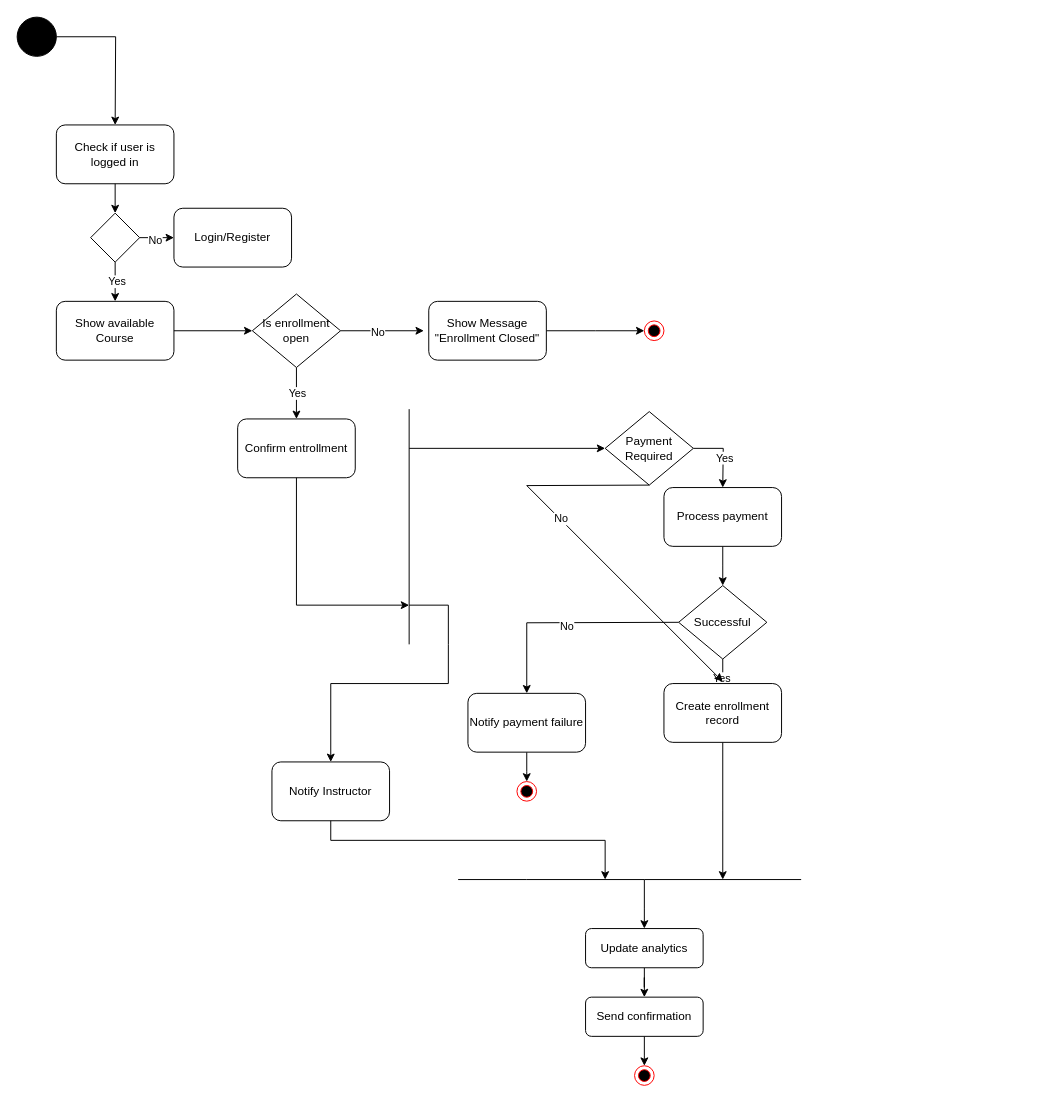
The draw.io diagram lab 6/Source files/Activitydiagram.drawio in Youssufathalla/Programming-2, before the edit. Source tidied: cells renumbered, new cells numbered last; positions are measured from the earlier drawing's top-left corner, leaving out a move shared by most shapes. Both pictures are drawn from the tidied source at 98%, with x=0, y=0 at pixel (17, 17).
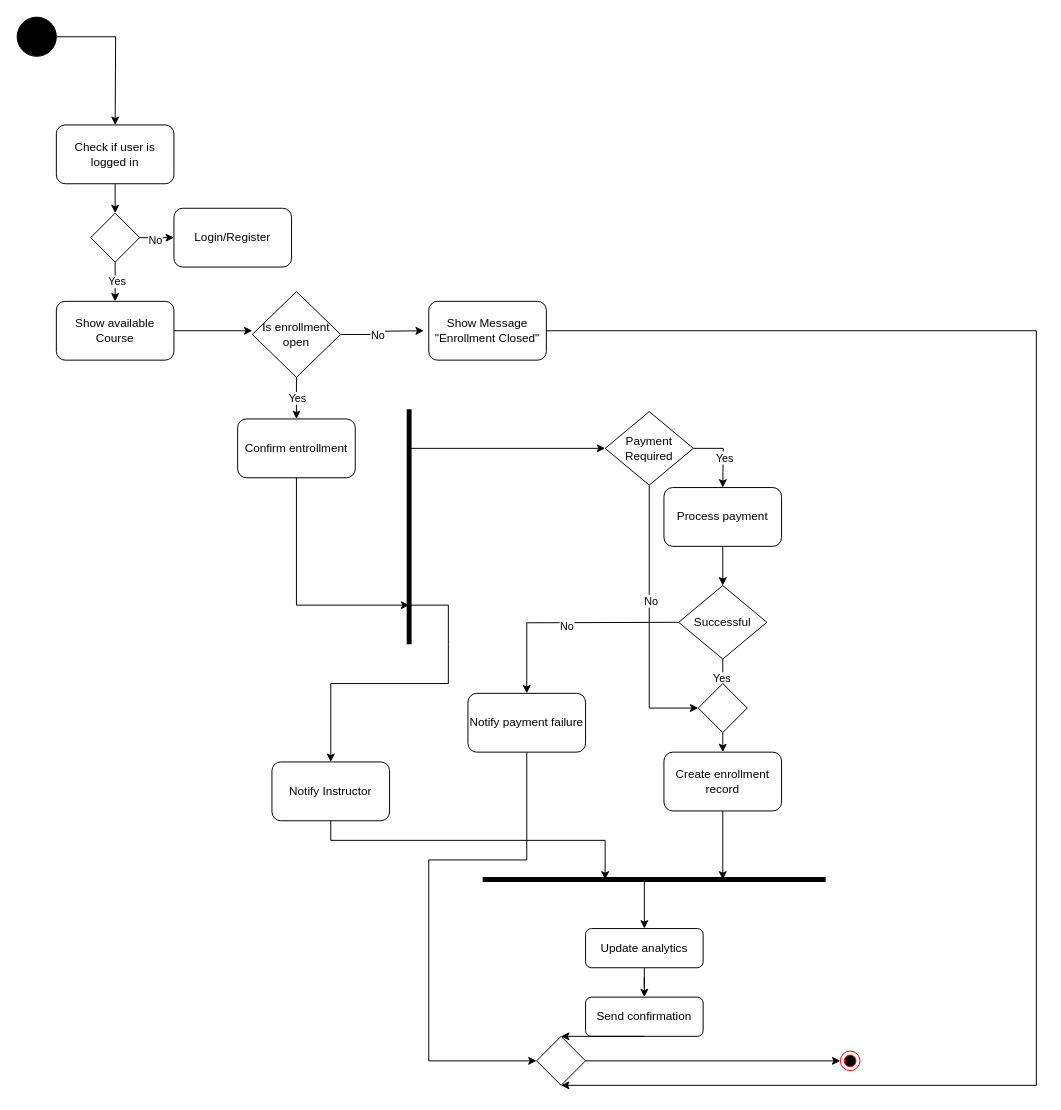
The same page after the edit.

Unchanged cells that the change refers to:
```xml
<mxCell id="21" value="Show Message &quot;Enrollment Closed&quot;" style="rounded=1;whiteSpace=wrap;html=1;" parent="1" vertex="1">
  <mxGeometry x="420" y="290" width="120" height="60" as="geometry" />
</mxCell>
<mxCell id="28" value="Payment Required" style="rhombus;whiteSpace=wrap;html=1;" parent="1" vertex="1">
  <mxGeometry x="600" y="402.5" width="90" height="75" as="geometry" />
</mxCell>
<mxCell id="41" value="Notify&amp;nbsp;payment failure" style="rounded=1;whiteSpace=wrap;html=1;" parent="1" vertex="1">
  <mxGeometry x="460" y="690" width="120" height="60" as="geometry" />
</mxCell>
<mxCell id="51" value="Send confirmation" style="rounded=1;whiteSpace=wrap;html=1;" parent="1" vertex="1">
  <mxGeometry x="580" y="1000" width="120" height="40" as="geometry" />
</mxCell>
```

What changed in the source:
```diff
@@
-    <mxCell id="13" style="ellipse;html=1;shape=endState;fillColor=#000000;strokeColor=#ff0000;" parent="1" vertex="1">
-      <mxGeometry x="640" y="310" width="20" height="20" as="geometry" />
-    </mxCell>
@@
     <mxCell id="19" value="Is enrollment open" style="rhombus;whiteSpace=wrap;html=1;" parent="1" vertex="1">
-      <mxGeometry x="240" y="282.5" width="90" height="75" as="geometry" />
+      <mxGeometry x="240" y="280" width="90" height="87.5" as="geometry" />
     </mxCell>
-    <mxCell id="20" style="edgeStyle=orthogonalEdgeStyle;rounded=0;jettySize=auto;html=1;" parent="1" edge="1" source="21">
-      <mxGeometry relative="1" as="geometry">
-        <mxPoint x="640" y="320" as="targetPoint" />
-      </mxGeometry>
-    </mxCell>
@@
-    <mxCell id="24" style="endArrow=none;html=1;rounded=0;" parent="1" edge="1">
+    <mxCell id="24" style="endArrow=none;html=1;rounded=0;strokeWidth=5;" parent="1" edge="1">
       <mxGeometry relative="1" as="geometry">
         <mxPoint x="400" y="640" as="sourcePoint" />
         <mxPoint x="400" y="400" as="targetPoint" />
       </mxGeometry>
     </mxCell>
@@
-    <mxCell id="34" style="endArrow=classic;html=1;rounded=0;exitX=0.5;exitY=1;exitDx=0;exitDy=0;" parent="1" edge="1" source="28">
+    <mxCell id="34" style="endArrow=classic;html=1;rounded=0;exitX=0.5;exitY=1;exitDx=0;exitDy=0;entryX=0;entryY=0.5;entryDx=0;entryDy=0;" parent="1" edge="1" source="28" target="57">
       <mxGeometry relative="1" as="geometry">
-        <mxPoint x="720" y="678" as="targetPoint" />
         <Array as="points">
-          <mxPoint x="520" y="478" />
+          <mxPoint x="645" y="705" />
         </Array>
       </mxGeometry>
     </mxCell>
@@
-    <mxCell id="36" style="edgeStyle=orthogonalEdgeStyle;rounded=0;jettySize=auto;html=1;" parent="1" edge="1" source="37">
+    <mxCell id="36" style="edgeStyle=orthogonalEdgeStyle;rounded=0;orthogonalLoop=1;jettySize=auto;html=1;" parent="1" edge="1">
       <mxGeometry relative="1" as="geometry">
+        <mxPoint x="720" y="810" as="sourcePoint" />
         <mxPoint x="720" y="880" as="targetPoint" />
       </mxGeometry>
     </mxCell>
     <mxCell id="37" value="Create enrollment record" style="rounded=1;whiteSpace=wrap;html=1;" parent="1" vertex="1">
-      <mxGeometry x="660" y="680" width="120" height="60" as="geometry" />
+      <mxGeometry x="660" y="750" width="120" height="60" as="geometry" />
     </mxCell>
@@
-    <mxCell id="40" style="edgeStyle=orthogonalEdgeStyle;rounded=0;jettySize=auto;html=1;" parent="1" edge="1" source="41">
+    <mxCell id="40" style="edgeStyle=orthogonalEdgeStyle;rounded=0;jettySize=auto;html=1;entryX=0;entryY=0.5;entryDx=0;entryDy=0;" parent="1" edge="1" source="41" target="54">
       <mxGeometry relative="1" as="geometry">
-        <mxPoint x="520" y="780" as="targetPoint" />
+        <Array as="points">
+          <mxPoint x="520" y="860" />
+          <mxPoint x="420" y="860" />
+          <mxPoint x="420" y="1065" />
+        </Array>
       </mxGeometry>
     </mxCell>
@@
-    <mxCell id="42" style="ellipse;html=1;shape=endState;fillColor=#000000;strokeColor=#ff0000;" parent="1" vertex="1">
-      <mxGeometry x="510" y="780" width="20" height="20" as="geometry" />
-    </mxCell>
@@
-    <mxCell id="46" style="endArrow=none;html=1;rounded=0;" parent="1" edge="1">
+    <mxCell id="46" style="endArrow=none;html=1;rounded=0;strokeWidth=5;" parent="1" edge="1">
       <mxGeometry relative="1" as="geometry">
-        <mxPoint x="450" y="880" as="sourcePoint" />
-        <mxPoint x="800" y="880" as="targetPoint" />
+        <mxPoint x="475" y="880" as="sourcePoint" />
+        <mxPoint x="825" y="880" as="targetPoint" />
         <Array as="points">
-          <mxPoint x="520" y="880" />
-          <mxPoint x="640" y="880" />
+          <mxPoint x="545" y="880" />
+          <mxPoint x="665" y="880" />
         </Array>
       </mxGeometry>
     </mxCell>
@@
-    <mxCell id="50" style="edgeStyle=orthogonalEdgeStyle;rounded=0;jettySize=auto;html=1;" parent="1" edge="1" source="51">
-      <mxGeometry relative="1" as="geometry">
-        <mxPoint x="640" y="1070" as="targetPoint" />
-      </mxGeometry>
-    </mxCell>
@@
     <mxCell id="52" style="ellipse;html=1;shape=endState;fillColor=#000000;strokeColor=#ff0000;" parent="1" vertex="1">
-      <mxGeometry x="630" y="1070" width="20" height="20" as="geometry" />
+      <mxGeometry x="840" y="1055" width="20" height="20" as="geometry" />
     </mxCell>
+    <mxCell id="53" style="edgeStyle=orthogonalEdgeStyle;rounded=0;jettySize=auto;html=1;" parent="1" edge="1" source="54" target="52">
+      <mxGeometry relative="1" as="geometry" />
+    </mxCell>
+    <mxCell id="54" style="rhombus;whiteSpace=wrap;html=1;" parent="1" vertex="1">
+      <mxGeometry x="530" y="1040" width="50" height="50" as="geometry" />
+    </mxCell>
+    <mxCell id="55" style="endArrow=classic;html=1;rounded=0;exitX=1;exitY=0.5;exitDx=0;exitDy=0;entryX=0.5;entryY=1;entryDx=0;entryDy=0;" parent="1" edge="1" source="21" target="54">
+      <mxGeometry relative="1" as="geometry">
+        <Array as="points">
+          <mxPoint x="1040" y="320" />
+          <mxPoint x="1040" y="850" />
+          <mxPoint x="1040" y="1090" />
+        </Array>
+      </mxGeometry>
+    </mxCell>
+    <mxCell id="56" style="endArrow=classic;html=1;rounded=0;exitX=0.5;exitY=1;exitDx=0;exitDy=0;entryX=0.5;entryY=0;entryDx=0;entryDy=0;" parent="1" edge="1" source="51" target="54">
+      <mxGeometry relative="1" as="geometry" />
+    </mxCell>
+    <mxCell id="57" style="rhombus;whiteSpace=wrap;html=1;" parent="1" vertex="1">
+      <mxGeometry x="695" y="680" width="50" height="50" as="geometry" />
+    </mxCell>
+    <mxCell id="58" style="endArrow=classic;html=1;rounded=0;exitX=0.5;exitY=1;exitDx=0;exitDy=0;entryX=0.5;entryY=0;entryDx=0;entryDy=0;" parent="1" edge="1" source="57" target="37">
+      <mxGeometry relative="1" as="geometry" />
+    </mxCell>
```
